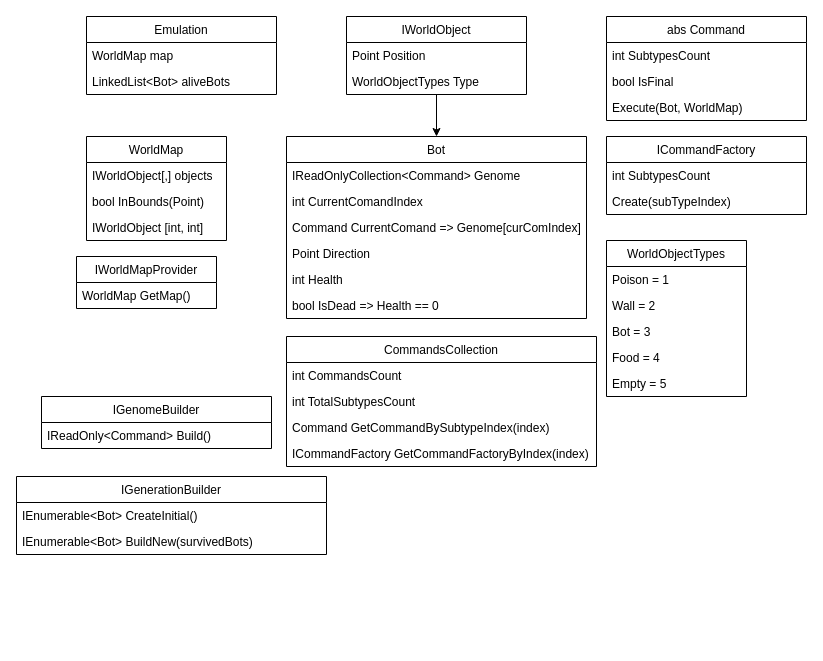
The draw.io diagram Docs/app-schema.drawio in Kamikoto-sama/HelloEvolution, before the edit. Source tidied: cells renumbered, new cells numbered last; positions are measured from the earlier drawing's top-left corner, leaving out a move shared by most shapes. Both pictures are drawn from the tidied source at 100%, with x=0, y=0 at pixel (16, 16).
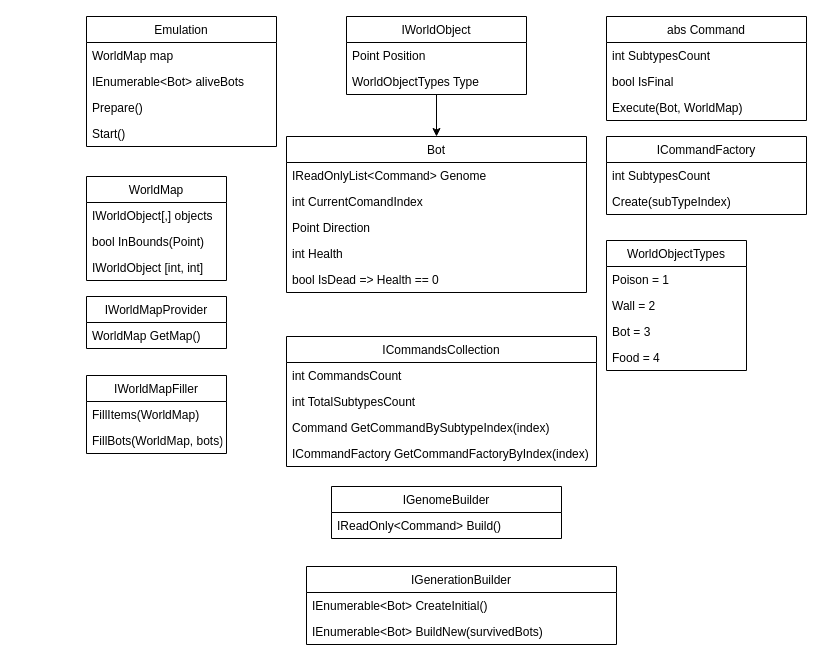
The same diagram, later.

The edit, as a diff of the source:
```diff
@@
     <mxCell id="2" value="Emulation" style="swimlane;fontStyle=0;horizontal=1;startSize=26;fillColor=none;" parent="1" vertex="1">
-      <mxGeometry x="70" width="190" height="78" as="geometry" />
+      <mxGeometry x="70" width="190" height="130" as="geometry" />
     </mxCell>
@@
-    <mxCell id="4" value="LinkedList&lt;Bot&gt; aliveBots" style="text;strokeColor=none;fillColor=none;align=left;verticalAlign=top;spacingLeft=4;spacingRight=4;overflow=hidden;" parent="2" vertex="1">
+    <mxCell id="4" value="IEnumerable&lt;Bot&gt; aliveBots" style="text;strokeColor=none;fillColor=none;align=left;verticalAlign=top;spacingLeft=4;spacingRight=4;overflow=hidden;" parent="2" vertex="1">
       <mxGeometry y="52" width="190" height="26" as="geometry" />
     </mxCell>
+    <mxCell id="45" value="Prepare()" style="text;strokeColor=none;fillColor=none;align=left;verticalAlign=top;spacingLeft=4;spacingRight=4;overflow=hidden;" parent="2" vertex="1">
+      <mxGeometry y="78" width="190" height="26" as="geometry" />
+    </mxCell>
+    <mxCell id="46" value="Start()" style="text;strokeColor=none;fillColor=none;align=left;verticalAlign=top;spacingLeft=4;spacingRight=4;overflow=hidden;" parent="2" vertex="1">
+      <mxGeometry y="104" width="190" height="26" as="geometry" />
+    </mxCell>
@@
-    <mxCell id="6" value="WorldMap" style="swimlane;fontStyle=0;horizontal=1;startSize=26;fillColor=none;" parent="1" vertex="1">
-      <mxGeometry x="70" y="120" width="140" height="104" as="geometry" />
-    </mxCell>
-    <mxCell id="7" value="IWorldObject[,] objects" style="text;strokeColor=none;fillColor=none;align=left;verticalAlign=top;spacingLeft=4;spacingRight=4;overflow=hidden;" parent="6" vertex="1">
-      <mxGeometry y="26" width="140" height="26" as="geometry" />
-    </mxCell>
-    <mxCell id="8" value="bool InBounds(Point)" style="text;strokeColor=none;fillColor=none;align=left;verticalAlign=top;spacingLeft=4;spacingRight=4;overflow=hidden;" parent="6" vertex="1">
-      <mxGeometry y="52" width="140" height="26" as="geometry" />
-    </mxCell>
-    <mxCell id="9" value="IWorldObject [int, int]" style="text;strokeColor=none;fillColor=none;align=left;verticalAlign=top;spacingLeft=4;spacingRight=4;overflow=hidden;" parent="6" vertex="1">
-      <mxGeometry y="78" width="140" height="26" as="geometry" />
-    </mxCell>
@@
     <mxCell id="17" value="Bot" style="swimlane;fontStyle=0;horizontal=1;startSize=26;fillColor=none;" parent="1" vertex="1">
-      <mxGeometry x="270" y="120" width="300" height="182" as="geometry" />
+      <mxGeometry x="270" y="120" width="300" height="156" as="geometry" />
     </mxCell>
-    <mxCell id="18" value="IReadOnlyCollection&lt;Command&gt; Genome" style="text;strokeColor=none;fillColor=none;align=left;verticalAlign=top;spacingLeft=4;spacingRight=4;overflow=hidden;" parent="17" vertex="1">
+    <mxCell id="18" value="IReadOnlyList&lt;Command&gt; Genome" style="text;strokeColor=none;fillColor=none;align=left;verticalAlign=top;spacingLeft=4;spacingRight=4;overflow=hidden;" parent="17" vertex="1">
       <mxGeometry y="26" width="300" height="26" as="geometry" />
     </mxCell>
@@
-    <mxCell id="20" value="Command CurrentComand =&gt; Genome[curComIndex]" style="text;strokeColor=none;fillColor=none;align=left;verticalAlign=top;spacingLeft=4;spacingRight=4;overflow=hidden;" parent="17" vertex="1">
-      <mxGeometry y="78" width="300" height="26" as="geometry" />
-    </mxCell>
     <mxCell id="21" value="Point Direction" style="text;strokeColor=none;fillColor=none;align=left;verticalAlign=top;spacingLeft=4;spacingRight=4;overflow=hidden;" parent="17" vertex="1">
-      <mxGeometry y="104" width="300" height="26" as="geometry" />
+      <mxGeometry y="78" width="300" height="26" as="geometry" />
     </mxCell>
     <mxCell id="22" value="int Health" style="text;strokeColor=none;fillColor=none;align=left;verticalAlign=top;spacingLeft=4;spacingRight=4;overflow=hidden;" parent="17" vertex="1">
-      <mxGeometry y="130" width="300" height="26" as="geometry" />
+      <mxGeometry y="104" width="300" height="26" as="geometry" />
     </mxCell>
     <mxCell id="23" value="bool IsDead =&gt; Health == 0" style="text;strokeColor=none;fillColor=none;align=left;verticalAlign=top;spacingLeft=4;spacingRight=4;overflow=hidden;" parent="17" vertex="1">
-      <mxGeometry y="156" width="300" height="26" as="geometry" />
+      <mxGeometry y="130" width="300" height="26" as="geometry" />
     </mxCell>
@@
-    <mxCell id="27" value="CommandsCollection" style="swimlane;fontStyle=0;horizontal=1;startSize=26;fillColor=none;" parent="1" vertex="1">
+    <mxCell id="27" value="ICommandsCollection" style="swimlane;fontStyle=0;horizontal=1;startSize=26;fillColor=none;" parent="1" vertex="1">
       <mxGeometry x="270" y="320" width="310" height="130" as="geometry" />
     </mxCell>
@@
     <mxCell id="32" value="WorldObjectTypes" style="swimlane;fontStyle=0;horizontal=1;startSize=26;fillColor=none;" parent="1" vertex="1">
-      <mxGeometry x="590" y="224" width="140" height="156" as="geometry" />
+      <mxGeometry x="590" y="224" width="140" height="130" as="geometry" />
     </mxCell>
@@
-    <mxCell id="37" value="Empty = 5" style="text;strokeColor=none;fillColor=none;align=left;verticalAlign=top;spacingLeft=4;spacingRight=4;overflow=hidden;" parent="32" vertex="1">
-      <mxGeometry y="130" width="140" height="26" as="geometry" />
-    </mxCell>
+    <mxCell id="6" value="WorldMap" style="swimlane;fontStyle=0;horizontal=1;startSize=26;fillColor=none;" parent="1" vertex="1">
+      <mxGeometry x="70" y="160" width="140" height="104" as="geometry" />
+    </mxCell>
+    <mxCell id="7" value="IWorldObject[,] objects" style="text;strokeColor=none;fillColor=none;align=left;verticalAlign=top;spacingLeft=4;spacingRight=4;overflow=hidden;" parent="6" vertex="1">
+      <mxGeometry y="26" width="140" height="26" as="geometry" />
+    </mxCell>
+    <mxCell id="8" value="bool InBounds(Point)" style="text;strokeColor=none;fillColor=none;align=left;verticalAlign=top;spacingLeft=4;spacingRight=4;overflow=hidden;" parent="6" vertex="1">
+      <mxGeometry y="52" width="140" height="26" as="geometry" />
+    </mxCell>
+    <mxCell id="9" value="IWorldObject [int, int]" style="text;strokeColor=none;fillColor=none;align=left;verticalAlign=top;spacingLeft=4;spacingRight=4;overflow=hidden;" parent="6" vertex="1">
+      <mxGeometry y="78" width="140" height="26" as="geometry" />
+    </mxCell>
+    <mxCell id="43" value="IWorldMapProvider" style="swimlane;fontStyle=0;horizontal=1;startSize=26;fillColor=none;" parent="1" vertex="1">
+      <mxGeometry x="70" y="280" width="140" height="52" as="geometry" />
+    </mxCell>
+    <mxCell id="44" value="WorldMap GetMap()" style="text;strokeColor=none;fillColor=none;align=left;verticalAlign=top;spacingLeft=4;spacingRight=4;overflow=hidden;" parent="43" vertex="1">
+      <mxGeometry y="26" width="140" height="26" as="geometry" />
+    </mxCell>
     <mxCell id="38" value="IGenerationBuilder" style="swimlane;fontStyle=0;horizontal=1;startSize=26;fillColor=none;" parent="1" vertex="1">
-      <mxGeometry y="460" width="310" height="78" as="geometry" />
+      <mxGeometry x="290" y="550" width="310" height="78" as="geometry" />
     </mxCell>
@@
     <mxCell id="41" value="IGenomeBuilder" style="swimlane;fontStyle=0;horizontal=1;startSize=26;fillColor=none;" parent="1" vertex="1">
-      <mxGeometry x="25" y="380" width="230" height="52" as="geometry" />
+      <mxGeometry x="315" y="470" width="230" height="52" as="geometry" />
     </mxCell>
@@
-    <mxCell id="43" value="IWorldMapProvider" style="swimlane;fontStyle=0;horizontal=1;startSize=26;fillColor=none;" parent="1" vertex="1">
-      <mxGeometry x="60" y="240" width="140" height="52" as="geometry" />
-    </mxCell>
-    <mxCell id="44" value="WorldMap GetMap()" style="text;strokeColor=none;fillColor=none;align=left;verticalAlign=top;spacingLeft=4;spacingRight=4;overflow=hidden;" parent="43" vertex="1">
-      <mxGeometry y="26" width="140" height="26" as="geometry" />
-    </mxCell>
+    <mxCell id="47" value="IWorldMapFiller" style="swimlane;fontStyle=0;horizontal=1;startSize=26;fillColor=none;" parent="1" vertex="1">
+      <mxGeometry x="70" y="359" width="140" height="78" as="geometry" />
+    </mxCell>
+    <mxCell id="48" value="FillItems(WorldMap)" style="text;strokeColor=none;fillColor=none;align=left;verticalAlign=top;spacingLeft=4;spacingRight=4;overflow=hidden;" parent="47" vertex="1">
+      <mxGeometry y="26" width="140" height="26" as="geometry" />
+    </mxCell>
+    <mxCell id="49" value="FillBots(WorldMap, bots)" style="text;strokeColor=none;fillColor=none;align=left;verticalAlign=top;spacingLeft=4;spacingRight=4;overflow=hidden;" parent="47" vertex="1">
+      <mxGeometry y="52" width="140" height="26" as="geometry" />
+    </mxCell>
```
